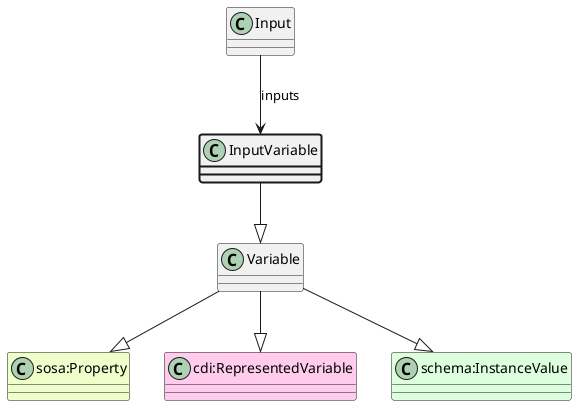
This is ttl_uml/ttl_appn_InputVariable.png from aus-plant-phenomics-network/appn-schema, a PlantUML export, as it was before one commit.
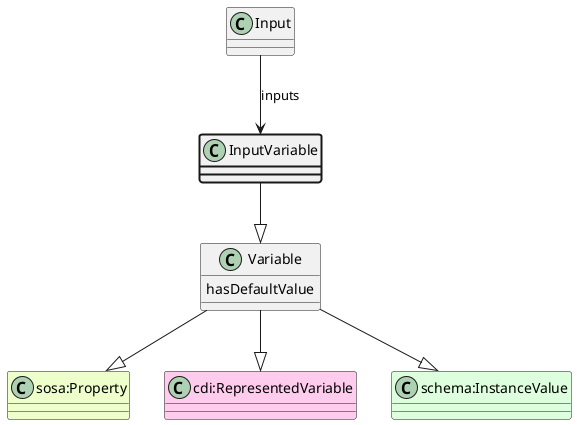
Later version of the same file.

What changed in the source:
```diff
@@ -7,6 +7,9 @@
 Variable --|> "cdi:RepresentedVariable"
 class "schema:InstanceValue" #DDFFDD
 Variable --|> "schema:InstanceValue"
+class Variable {
+    hasDefaultValue
+}
 InputVariable --|> Variable
 class Input
 Input --> InputVariable : inputs
```
